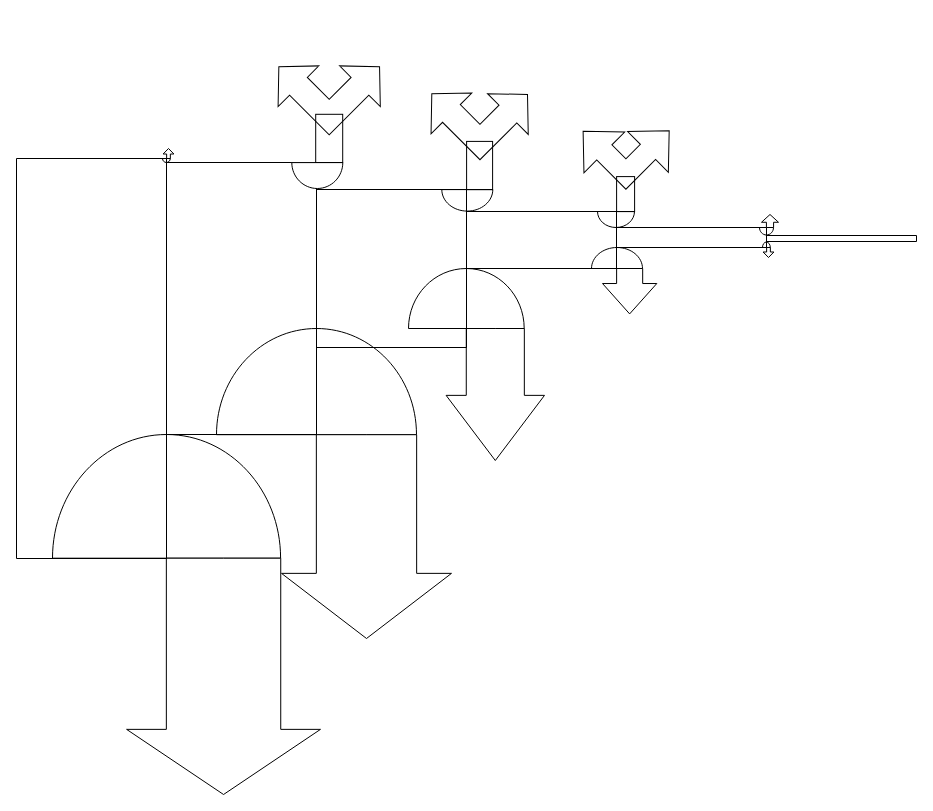
This is Untitled Diagram.drawio from gennacampain/RProjects, a draw.io file, before an edit. Source tidied: cells renumbered, new cells numbered last; positions are measured from the earlier drawing's top-left corner, leaving out a move shared by most shapes. Both pictures are drawn from the tidied source at 100%, with x=0, y=0 at pixel (16, 16).
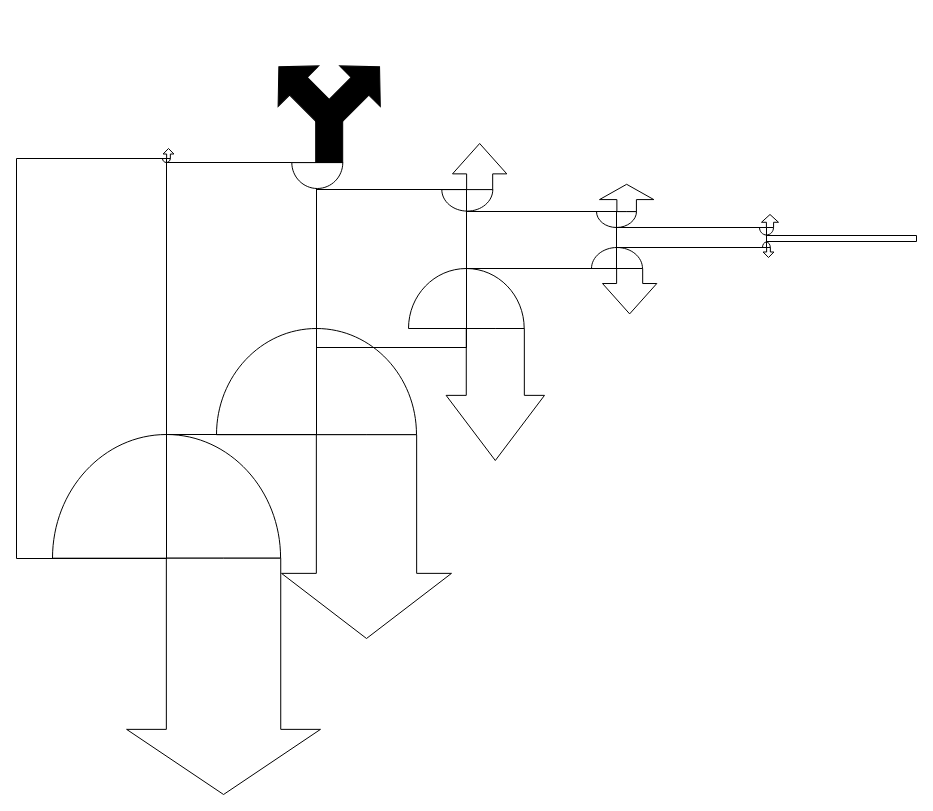
After the change.

Diff of the diagram source:
```diff
@@
+    <mxCell id="4" style="verticalLabelPosition=bottom;verticalAlign=top;html=1;shape=mxgraph.basic.half_circle;flipV=1;rotation=-180;" parent="1" vertex="1">
+      <mxGeometry x="743" y="211" width="14" height="7.5" as="geometry" />
+    </mxCell>
+    <mxCell id="40" style="group;" parent="1" vertex="1">
+      <mxGeometry x="570" y="142.5" width="65.3" height="68.5" as="geometry" />
+    </mxCell>
-    <mxCell id="2" style="verticalLabelPosition=bottom;verticalAlign=top;html=1;shape=mxgraph.basic.half_circle;flipV=1;rotation=-180;" parent="1" vertex="1">
-      <mxGeometry x="581" y="195" width="37" height="16" as="geometry" />
+    <mxCell id="2" style="verticalLabelPosition=bottom;verticalAlign=top;html=1;shape=mxgraph.basic.half_circle;flipV=1;rotation=-180;" parent="40" vertex="1">
+      <mxGeometry x="10" y="52.5" width="40" height="16" as="geometry" />
     </mxCell>
+    <mxCell id="41" style="group;rotation=-180;flipH=1;" parent="40" vertex="1">
+      <mxGeometry width="65.3" height="40" as="geometry" />
+    </mxCell>
+    <mxCell id="42" style="html=1;shadow=0;dashed=0;align=center;verticalAlign=middle;shape=mxgraph.arrows2.arrow;dy=0.64;dx=15.28;direction=south;notch=0;rotation=-180;" parent="41" vertex="1">
+      <mxGeometry x="13" y="25.3" width="54.3" height="27.3" as="geometry" />
+    </mxCell>
+    <mxCell id="43" style="group;rotation=-180;flipH=1;" parent="1" vertex="1">
+      <mxGeometry x="425" y="127" width="65.3" height="68" as="geometry" />
+    </mxCell>
+    <mxCell id="44" style="html=1;shadow=0;dashed=0;align=center;verticalAlign=middle;shape=mxgraph.arrows2.arrow;dy=0.52;dx=30.37;direction=south;notch=0;rotation=-180;" parent="43" vertex="1">
+      <mxGeometry x="11" width="54.3" height="46.5" as="geometry" />
+    </mxCell>
-    <mxCell id="3" style="verticalLabelPosition=bottom;verticalAlign=top;html=1;shape=mxgraph.basic.half_circle;flipV=1;rotation=-180;" parent="1" vertex="1">
-      <mxGeometry x="425.3" y="173.1" width="51" height="21.5" as="geometry" />
+    <mxCell id="3" style="verticalLabelPosition=bottom;verticalAlign=top;html=1;shape=mxgraph.basic.half_circle;flipV=1;rotation=-180;" parent="43" vertex="1">
+      <mxGeometry x="0.3" y="46.1" width="51" height="21.5" as="geometry" />
     </mxCell>
-    <mxCell id="4" style="verticalLabelPosition=bottom;verticalAlign=top;html=1;shape=mxgraph.basic.half_circle;flipV=1;rotation=-180;" parent="1" vertex="1">
-      <mxGeometry x="743" y="211" width="14" height="7.5" as="geometry" />
-    </mxCell>
@@
-    <mxCell id="33" style="group;fillColor=none;" parent="1" vertex="1">
+    <mxCell id="33" style="group;" parent="1" vertex="1">
       <mxGeometry x="242" y="-0.2" width="141.4" height="146.2" as="geometry" />
     </mxCell>
-    <mxCell id="34" style="html=1;shadow=0;dashed=0;align=center;verticalAlign=middle;shape=mxgraph.arrows2.bendDoubleArrow;dy=12.54;dx=27.72;arrowHead=57.58;rounded=0;rotation=225;fillColor=none;gradientColor=default;" parent="33" vertex="1">
+    <mxCell id="34" style="html=1;shadow=0;dashed=0;align=center;verticalAlign=middle;shape=mxgraph.arrows2.bendDoubleArrow;dy=12.54;dx=27.72;arrowHead=57.58;rounded=0;rotation=225;fillColor=#000000;" parent="33" vertex="1">
       <mxGeometry x="20.7" y="20.7" width="100" height="100" as="geometry" />
     </mxCell>
-    <mxCell id="35" style="rounded=0;whiteSpace=wrap;html=1;rotation=-90;fillColor=none;" parent="33" vertex="1">
+    <mxCell id="35" style="rounded=0;whiteSpace=wrap;html=1;rotation=-90;fillColor=#000000;" parent="33" vertex="1">
       <mxGeometry x="46.6" y="108.6" width="48.2" height="27" as="geometry" />
     </mxCell>
-    <mxCell id="36" style="html=1;shadow=0;dashed=0;align=center;verticalAlign=middle;shape=mxgraph.arrows2.bendDoubleArrow;dy=12.54;dx=27.72;arrowHead=57.58;rounded=0;rotation=225;fillColor=none;gradientColor=default;" parent="1" vertex="1">
-      <mxGeometry x="414.7" y="50" width="96.9" height="96" as="geometry" />
-    </mxCell>
-    <mxCell id="37" style="rounded=0;whiteSpace=wrap;html=1;rotation=-90;fillColor=none;" parent="1" vertex="1">
-      <mxGeometry x="439" y="136" width="48.2" height="26" as="geometry" />
-    </mxCell>
-    <mxCell id="38" style="rounded=0;whiteSpace=wrap;html=1;rotation=-90;fillColor=none;" parent="1" vertex="1">
-      <mxGeometry x="591.6" y="168.6" width="35" height="18" as="geometry" />
-    </mxCell>
-    <mxCell id="39" style="html=1;shadow=0;dashed=0;align=center;verticalAlign=middle;shape=mxgraph.arrows2.bendDoubleArrow;dy=10.76;dx=29.98;arrowHead=57.58;rounded=0;rotation=225;fillColor=none;gradientColor=default;" parent="1" vertex="1">
-      <mxGeometry x="565" y="89.8" width="89.3" height="90" as="geometry" />
-    </mxCell>
```
